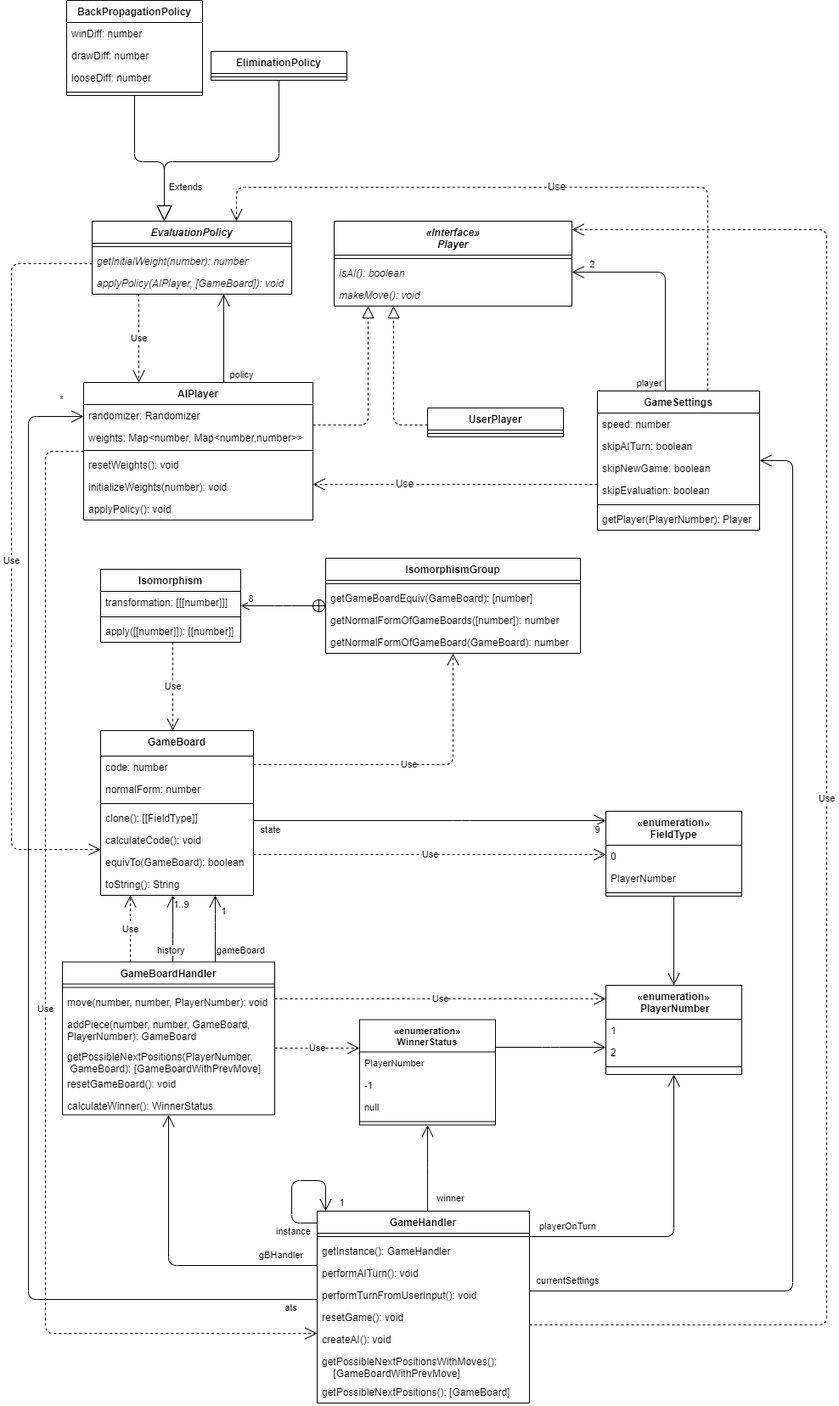
Above: ProductBacklog/Klassendiagramme/Planung.png in idlaviV/TIKTacToe (draw.io), before the change. Source tidied: cells renumbered, new cells last; positions are measured from the earlier drawing's top-left corner, leaving out a move shared by most shapes.
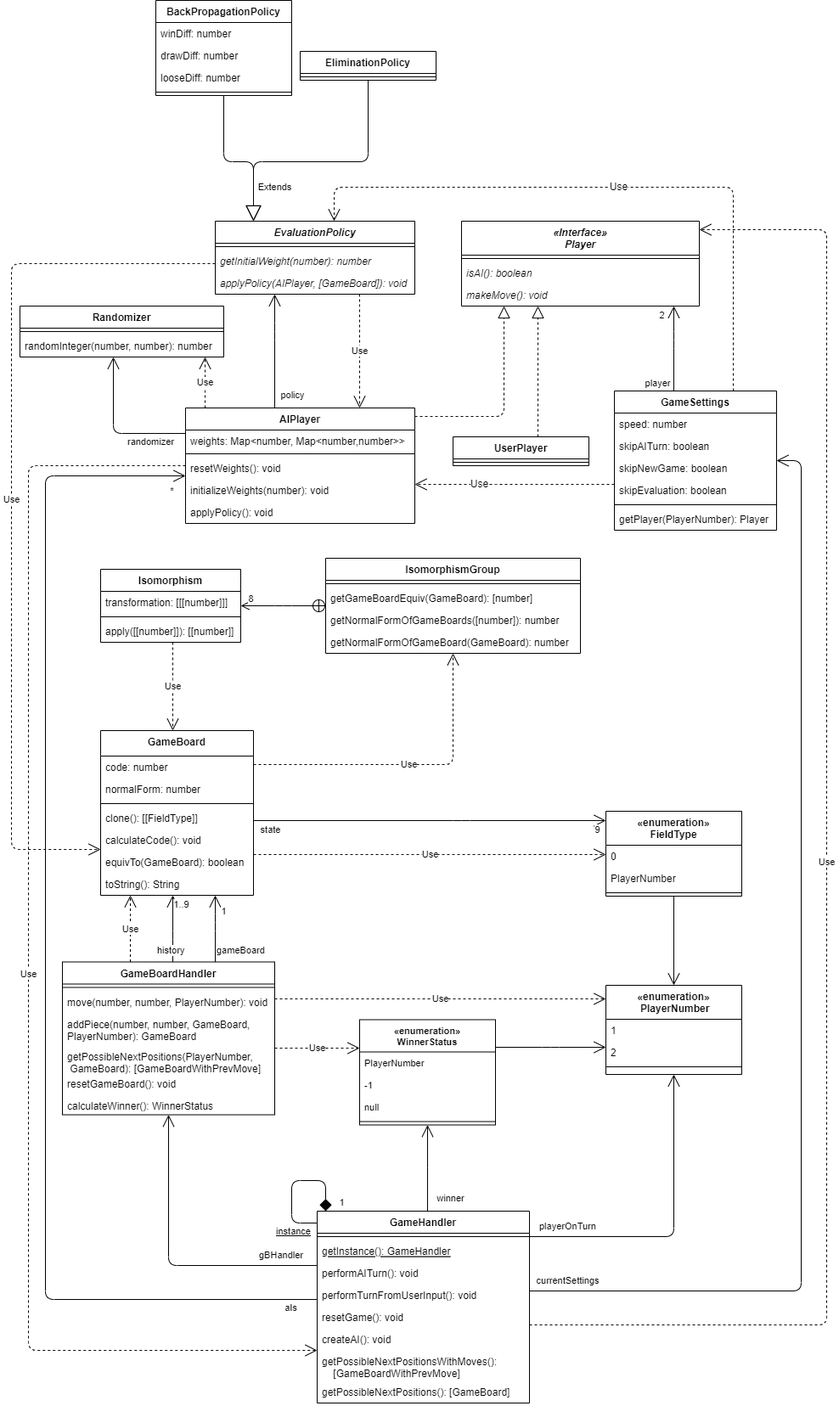
Later version of the same file.

Commit message:
Klassendiagramme erneuern

The edit, as a diff of the source:
```diff
@@ -145,28 +145,25 @@
       <mxGeometry y="86" width="300" height="26" as="geometry" />
     </mxCell>
     <mxCell id="44" value="AIPlayer" style="swimlane;fontStyle=1;align=center;verticalAlign=top;horizontal=1;startSize=26;" parent="1" vertex="1">
-      <mxGeometry x="85" y="450" width="270" height="162" as="geometry" />
+      <mxGeometry x="205" y="480" width="270" height="136" as="geometry" />
     </mxCell>
-    <mxCell id="45" value="randomizer: Randomizer" style="text;strokeColor=none;fillColor=none;align=left;verticalAlign=top;spacingLeft=4;spacingRight=4;overflow=hidden;" parent="44" vertex="1">
-      <mxGeometry y="26" width="270" height="26" as="geometry" />
-    </mxCell>
     <mxCell id="46" value="weights: Map&lt;number, Map&lt;number,number&gt;&gt;" style="text;strokeColor=none;fillColor=none;align=left;verticalAlign=top;spacingLeft=4;spacingRight=4;overflow=hidden;" parent="44" vertex="1">
-      <mxGeometry y="52" width="270" height="24" as="geometry" />
+      <mxGeometry y="26" width="270" height="24" as="geometry" />
     </mxCell>
     <mxCell id="47" style="line;strokeWidth=1;fillColor=none;align=left;verticalAlign=middle;spacingTop=-1;spacingLeft=3;spacingRight=3;labelPosition=right;strokeColor=inherit;" parent="44" vertex="1">
-      <mxGeometry y="76" width="270" height="8" as="geometry" />
+      <mxGeometry y="50" width="270" height="8" as="geometry" />
     </mxCell>
     <mxCell id="48" value="resetWeights(): void" style="text;strokeColor=none;fillColor=none;align=left;verticalAlign=top;spacingLeft=4;spacingRight=4;overflow=hidden;" parent="44" vertex="1">
-      <mxGeometry y="84" width="270" height="26" as="geometry" />
+      <mxGeometry y="58" width="270" height="26" as="geometry" />
     </mxCell>
     <mxCell id="49" value="initializeWeights(number): void" style="text;strokeColor=none;fillColor=none;align=left;verticalAlign=top;spacingLeft=4;spacingRight=4;overflow=hidden;" parent="44" vertex="1">
-      <mxGeometry y="110" width="270" height="26" as="geometry" />
+      <mxGeometry y="84" width="270" height="26" as="geometry" />
     </mxCell>
     <mxCell id="50" value="applyPolicy(): void" style="text;strokeColor=none;fillColor=none;align=left;verticalAlign=top;spacingLeft=4;spacingRight=4;overflow=hidden;" parent="44" vertex="1">
-      <mxGeometry y="136" width="270" height="26" as="geometry" />
+      <mxGeometry y="110" width="270" height="26" as="geometry" />
     </mxCell>
     <mxCell id="51" value="«Interface»&#10;Player" style="swimlane;fontStyle=3;align=center;verticalAlign=top;horizontal=1;startSize=40;" parent="1" vertex="1">
-      <mxGeometry x="380" y="260" width="280" height="100" as="geometry" />
+      <mxGeometry x="530" y="260" width="280" height="100" as="geometry" />
     </mxCell>
     <mxCell id="52" style="line;strokeWidth=1;fillColor=none;align=left;verticalAlign=middle;spacingTop=-1;spacingLeft=3;spacingRight=3;labelPosition=right;strokeColor=inherit;" parent="51" vertex="1">
       <mxGeometry y="40" width="280" height="8" as="geometry" />
@@ -178,13 +175,13 @@
       <mxGeometry y="74" width="280" height="26" as="geometry" />
     </mxCell>
     <mxCell id="55" value="UserPlayer" style="swimlane;fontStyle=1;align=center;verticalAlign=top;horizontal=1;startSize=26;labelBackgroundColor=none;fillStyle=auto;" parent="1" vertex="1">
-      <mxGeometry x="490" y="480" width="160" height="34" as="geometry" />
+      <mxGeometry x="520" y="514" width="160" height="34" as="geometry" />
     </mxCell>
     <mxCell id="56" style="line;strokeWidth=1;fillColor=none;align=left;verticalAlign=middle;spacingTop=-1;spacingLeft=3;spacingRight=3;labelPosition=right;strokeColor=inherit;labelBackgroundColor=#FF3333;fillStyle=auto;" parent="55" vertex="1">
       <mxGeometry y="26" width="160" height="8" as="geometry" />
     </mxCell>
     <mxCell id="57" value="EvaluationPolicy" style="swimlane;fontStyle=3;align=center;verticalAlign=top;horizontal=1;startSize=26;" parent="1" vertex="1">
-      <mxGeometry x="95" y="260" width="235" height="86" as="geometry" />
+      <mxGeometry x="240" y="260" width="235" height="86" as="geometry" />
     </mxCell>
     <mxCell id="58" style="line;strokeWidth=1;fillColor=none;align=left;verticalAlign=middle;spacingTop=-1;spacingLeft=3;spacingRight=3;labelPosition=right;strokeColor=inherit;" parent="57" vertex="1">
       <mxGeometry y="26" width="235" height="8" as="geometry" />
@@ -196,13 +193,13 @@
       <mxGeometry y="60" width="235" height="26" as="geometry" />
     </mxCell>
     <mxCell id="61" value="EliminationPolicy" style="swimlane;fontStyle=1;align=center;verticalAlign=top;horizontal=1;startSize=26;" parent="1" vertex="1">
-      <mxGeometry x="235" y="60" width="160" height="34" as="geometry" />
+      <mxGeometry x="340" y="60" width="160" height="34" as="geometry" />
     </mxCell>
     <mxCell id="62" style="line;strokeWidth=1;fillColor=none;align=left;verticalAlign=middle;spacingTop=-1;spacingLeft=3;spacingRight=3;labelPosition=right;strokeColor=inherit;" parent="61" vertex="1">
       <mxGeometry y="26" width="160" height="8" as="geometry" />
     </mxCell>
     <mxCell id="63" value="BackPropagationPolicy" style="swimlane;fontStyle=1;align=center;verticalAlign=top;horizontal=1;startSize=26;" parent="1" vertex="1">
-      <mxGeometry x="65" width="160" height="112" as="geometry" />
+      <mxGeometry x="170" width="160" height="112" as="geometry" />
     </mxCell>
     <mxCell id="64" value="winDiff: number" style="text;strokeColor=none;fillColor=none;align=left;verticalAlign=top;spacingLeft=4;spacingRight=4;overflow=hidden;" parent="63" vertex="1">
       <mxGeometry y="26" width="160" height="26" as="geometry" />
@@ -219,22 +216,24 @@
     <mxCell id="68" value="Extends" style="endArrow=block;endSize=16;endFill=0;html=1;edgeStyle=orthogonalEdgeStyle;elbow=vertical;" parent="1" edge="1" source="61" target="57">
       <mxGeometry x="0.73" y="25" relative="1" as="geometry">
         <Array as="points">
-          <mxPoint x="315" y="190" />
-          <mxPoint x="180" y="190" />
+          <mxPoint x="420" y="190" />
+          <mxPoint x="285" y="190" />
         </Array>
       </mxGeometry>
     </mxCell>
     <mxCell id="69" style="endArrow=block;endSize=16;endFill=0;html=1;edgeStyle=orthogonalEdgeStyle;elbow=vertical;" parent="1" edge="1" source="63" target="57">
       <mxGeometry x="-0.26" y="-20" relative="1" as="geometry">
         <Array as="points">
-          <mxPoint x="145" y="190" />
-          <mxPoint x="180" y="190" />
+          <mxPoint x="250" y="190" />
+          <mxPoint x="285" y="190" />
         </Array>
       </mxGeometry>
     </mxCell>
     <mxCell id="70" value="Use" style="endArrow=open;endSize=12;dashed=1;html=1;edgeStyle=elbowEdgeStyle;" parent="1" edge="1" source="57" target="44">
       <mxGeometry relative="1" as="geometry">
         <Array as="points">
+          <mxPoint x="410" y="370" />
+          <mxPoint x="310" y="400" />
           <mxPoint x="150" y="350" />
         </Array>
       </mxGeometry>
@@ -248,7 +247,7 @@
       </mxGeometry>
     </mxCell>
     <mxCell id="72" value="GameSettings" style="swimlane;fontStyle=1;align=center;verticalAlign=top;horizontal=1;startSize=26;" parent="1" vertex="1">
-      <mxGeometry x="690" y="460" width="191" height="164" as="geometry" />
+      <mxGeometry x="710" y="460" width="191" height="164" as="geometry" />
     </mxCell>
     <mxCell id="73" value="speed: number" style="text;strokeColor=none;fillColor=none;align=left;verticalAlign=top;spacingLeft=4;spacingRight=4;overflow=hidden;" parent="72" vertex="1">
       <mxGeometry y="26" width="191" height="26" as="geometry" />
@@ -274,7 +273,7 @@
     <mxCell id="80" style="line;strokeWidth=1;fillColor=none;align=left;verticalAlign=middle;spacingTop=-1;spacingLeft=3;spacingRight=3;labelPosition=right;strokeColor=inherit;" parent="79" vertex="1">
       <mxGeometry y="26" width="250" height="8" as="geometry" />
     </mxCell>
-    <mxCell id="81" value="getInstance(): GameHandler" style="text;strokeColor=none;fillColor=none;align=left;verticalAlign=top;spacingLeft=4;spacingRight=4;overflow=hidden;" parent="79" vertex="1">
+    <mxCell id="81" value="getInstance(): GameHandler" style="text;strokeColor=none;fillColor=none;align=left;verticalAlign=top;spacingLeft=4;spacingRight=4;overflow=hidden;fontStyle=4;" parent="79" vertex="1">
       <mxGeometry y="34" width="250" height="26" as="geometry" />
     </mxCell>
     <mxCell id="82" value="performAITurn(): void" style="text;strokeColor=none;fillColor=none;align=left;verticalAlign=top;spacingLeft=4;spacingRight=4;overflow=hidden;" parent="79" vertex="1">
@@ -298,21 +297,21 @@
     <mxCell id="88" value="aIs" style="endArrow=open;endSize=12;html=1;rounded=1;fontSize=11;elbow=vertical;edgeStyle=orthogonalEdgeStyle;" parent="1" edge="1" source="79" target="44">
       <mxGeometry x="-0.96" y="10" relative="1" as="geometry">
         <Array as="points">
-          <mxPoint x="20" y="1530" />
-          <mxPoint x="20" y="490" />
+          <mxPoint x="40" y="1530" />
+          <mxPoint x="40" y="560" />
         </Array>
       </mxGeometry>
     </mxCell>
     <mxCell id="89" value="*" style="edgeLabel;html=1;align=center;verticalAlign=middle;" parent="88" vertex="1">
       <mxGeometry x="0.93" y="-1" relative="1" as="geometry">
-        <mxPoint x="24" y="-22" as="offset" />
+        <mxPoint x="34" y="16" as="offset" />
       </mxGeometry>
     </mxCell>
     <mxCell id="90" value="Use" style="endArrow=open;endSize=12;dashed=1;html=1;rounded=1;fontSize=12;edgeStyle=orthogonalEdgeStyle;" parent="1" edge="1" source="72" target="57">
       <mxGeometry relative="1" as="geometry">
         <Array as="points">
-          <mxPoint x="820" y="220" />
-          <mxPoint x="265" y="220" />
+          <mxPoint x="850" y="220" />
+          <mxPoint x="380" y="220" />
         </Array>
       </mxGeometry>
     </mxCell>
@@ -327,8 +326,8 @@
     <mxCell id="92" value="currentSettings" style="endArrow=open;endSize=12;html=1;rounded=1;fontSize=11;edgeStyle=orthogonalEdgeStyle;" parent="1" edge="1" source="79" target="72">
       <mxGeometry x="-0.93" y="12" relative="1" as="geometry">
         <Array as="points">
-          <mxPoint x="920" y="1520" />
-          <mxPoint x="920" y="542" />
+          <mxPoint x="930" y="1520" />
+          <mxPoint x="930" y="542" />
         </Array>
       </mxGeometry>
     </mxCell>
@@ -407,18 +406,18 @@
     <mxCell id="105" style="endArrow=open;endFill=1;endSize=12;html=1;edgeStyle=elbowEdgeStyle;" parent="1" edge="1" source="72" target="51">
       <mxGeometry relative="1" as="geometry">
         <Array as="points">
-          <mxPoint x="770" y="320" />
+          <mxPoint x="780" y="400" />
         </Array>
       </mxGeometry>
     </mxCell>
     <mxCell id="106" value="player" style="edgeLabel;html=1;align=center;verticalAlign=middle;" parent="105" vertex="1">
       <mxGeometry x="-0.76" y="1" relative="1" as="geometry">
-        <mxPoint x="-19" y="20" as="offset" />
+        <mxPoint x="-19" y="2" as="offset" />
       </mxGeometry>
     </mxCell>
     <mxCell id="107" value="2" style="edgeLabel;html=1;align=center;verticalAlign=middle;" parent="105" vertex="1">
       <mxGeometry x="0.75" y="-1" relative="1" as="geometry">
-        <mxPoint x="-8" y="-9" as="offset" />
+        <mxPoint x="-16" y="-2" as="offset" />
       </mxGeometry>
     </mxCell>
     <mxCell id="108" value="Use" style="endArrow=open;endSize=12;dashed=1;html=1;rounded=1;labelBackgroundColor=default;strokeColor=default;fontFamily=Helvetica;fontSize=11;fontColor=default;shape=connector;edgeStyle=elbowEdgeStyle;" parent="1" edge="1" source="12" target="17">
@@ -448,6 +447,7 @@
     <mxCell id="111" style="endArrow=open;endFill=1;endSize=12;html=1;edgeStyle=elbowEdgeStyle;" parent="1" edge="1" source="44" target="57">
       <mxGeometry relative="1" as="geometry">
         <Array as="points">
+          <mxPoint x="310" y="390" />
           <mxPoint x="250" y="350" />
         </Array>
       </mxGeometry>
@@ -468,6 +468,18 @@
     <mxCell id="115" value="Use" style="endArrow=open;endSize=12;dashed=1;html=1;edgeStyle=elbowEdgeStyle;" parent="1" edge="1" source="44" target="79">
       <mxGeometry relative="1" as="geometry">
         <Array as="points">
+          <mxPoint x="20" y="1590" />
+          <mxPoint x="10" y="1590" />
+          <mxPoint x="20" y="540" />
+          <mxPoint x="20" y="530" />
+          <mxPoint x="140" y="530" />
+          <mxPoint x="20" y="1630" />
+          <mxPoint x="20" y="500" />
+          <mxPoint x="20" y="1600" />
+          <mxPoint x="20" y="1630" />
+          <mxPoint x="20" y="500" />
+          <mxPoint x="20" y="480" />
+          <mxPoint x="20" y="850" />
           <mxPoint x="40" y="1570" />
           <mxPoint x="40" y="830" />
           <mxPoint x="50" y="900" />
@@ -480,18 +492,19 @@
     <mxCell id="116" style="endArrow=block;dashed=1;endFill=0;endSize=12;html=1;fontSize=12;edgeStyle=elbowEdgeStyle;" parent="1" edge="1" source="44" target="51">
       <mxGeometry relative="1" as="geometry">
         <Array as="points">
-          <mxPoint x="420" y="500" />
+          <mxPoint x="580" y="490" />
+          <mxPoint x="580" y="470" />
         </Array>
       </mxGeometry>
     </mxCell>
     <mxCell id="117" style="endArrow=block;dashed=1;endFill=0;endSize=12;html=1;fontSize=12;edgeStyle=elbowEdgeStyle;" parent="1" edge="1" source="55" target="51">
       <mxGeometry relative="1" as="geometry">
         <Array as="points">
-          <mxPoint x="450" y="500" />
+          <mxPoint x="620" y="400" />
         </Array>
       </mxGeometry>
     </mxCell>
-    <mxCell id="118" value="&lt;font style=&quot;font-size: 11px;&quot;&gt;instance&lt;/font&gt;" style="endArrow=open;endFill=1;endSize=12;html=1;fontSize=12;edgeStyle=orthogonalEdgeStyle;" parent="1" edge="1" source="79" target="79">
+    <mxCell id="118" value="&lt;font style=&quot;font-size: 11px;&quot;&gt;&lt;u&gt;instance&lt;/u&gt;&lt;/font&gt;" style="endArrow=diamond;endFill=1;endSize=12;html=1;fontSize=12;edgeStyle=orthogonalEdgeStyle;" parent="1" edge="1" source="79" target="79">
       <mxGeometry x="-0.64" y="10" relative="1" as="geometry">
         <Array as="points">
           <mxPoint x="330" y="1440" />
@@ -505,5 +518,30 @@
         <mxPoint x="21" y="24" as="offset" />
       </mxGeometry>
     </mxCell>
+    <mxCell id="120" value="Randomizer" style="swimlane;fontStyle=1;align=center;verticalAlign=top;horizontal=1;startSize=26;" parent="1" vertex="1">
+      <mxGeometry x="10" y="360" width="240" height="60" as="geometry" />
+    </mxCell>
+    <mxCell id="121" style="line;strokeWidth=1;fillColor=none;align=left;verticalAlign=middle;spacingTop=-1;spacingLeft=3;spacingRight=3;labelPosition=right;strokeColor=inherit;" parent="120" vertex="1">
+      <mxGeometry y="26" width="240" height="8" as="geometry" />
+    </mxCell>
+    <mxCell id="122" value="randomInteger(number, number): number" style="text;strokeColor=none;fillColor=none;align=left;verticalAlign=top;spacingLeft=4;spacingRight=4;overflow=hidden;" parent="120" vertex="1">
+      <mxGeometry y="34" width="240" height="26" as="geometry" />
+    </mxCell>
+    <mxCell id="123" style="endArrow=open;endFill=1;endSize=12;html=1;edgeStyle=elbowEdgeStyle;" parent="1" edge="1" source="44" target="120">
+      <mxGeometry relative="1" as="geometry">
+        <Array as="points">
+          <mxPoint x="120" y="510" />
+          <mxPoint x="120" y="490" />
+        </Array>
+      </mxGeometry>
+    </mxCell>
+    <mxCell id="124" value="randomizer" style="edgeLabel;html=1;align=center;verticalAlign=middle;" parent="123" vertex="1">
+      <mxGeometry x="-0.69" relative="1" as="geometry">
+        <mxPoint x="-15" y="9" as="offset" />
+      </mxGeometry>
+    </mxCell>
+    <mxCell id="125" value="Use" style="endArrow=open;endSize=12;dashed=1;html=1;edgeStyle=elbowEdgeStyle;" parent="1" edge="1" source="44" target="120">
+      <mxGeometry relative="1" as="geometry" />
+    </mxCell>
   </root>
 </mxGraphModel>
```
